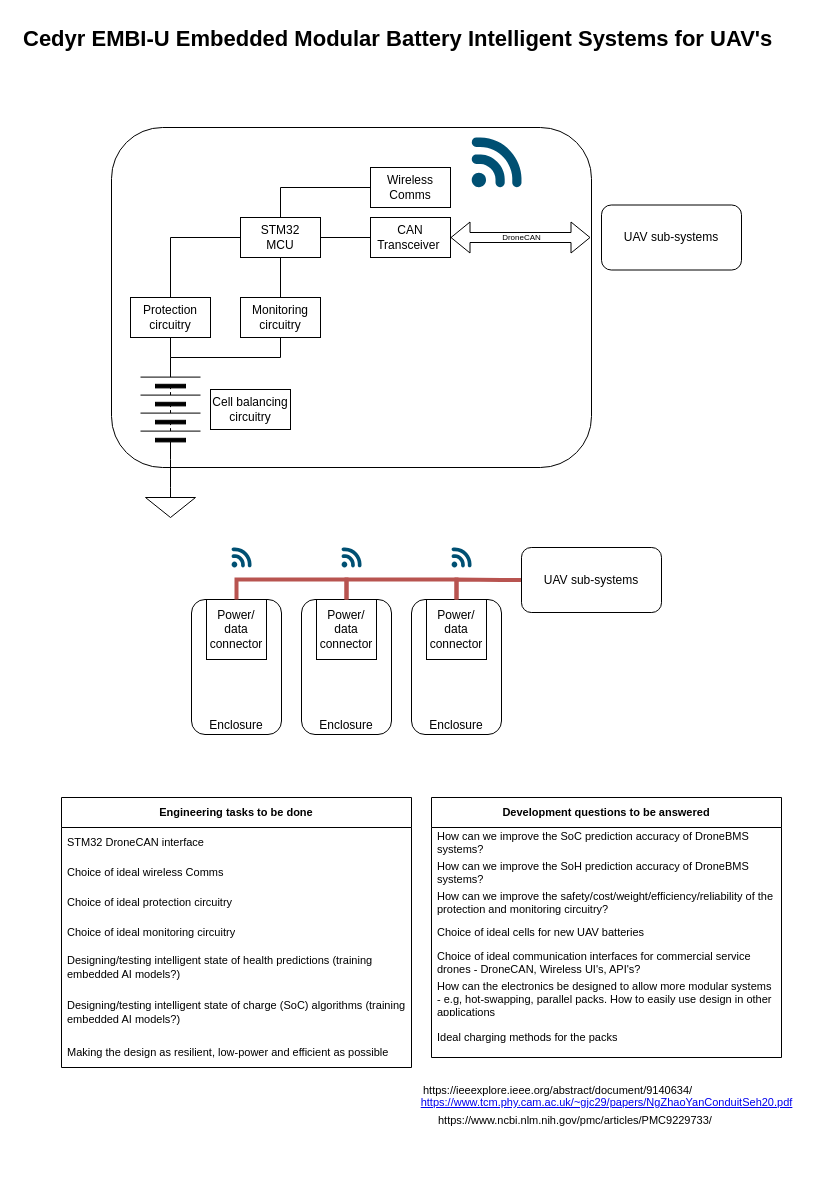
Before: page "Project introduction" (1 of 2) of UAVBatteryProject.drawio in EmbeddedSam/UAVBatteryProject1, a draw.io diagram. Source tidied: cells renumbered, new cells numbered last; positions are measured from the earlier drawing's top-left corner, leaving out a move shared by most shapes. Both pictures are drawn from the tidied source at 100%, with x=0, y=0 at pixel (21, 17).
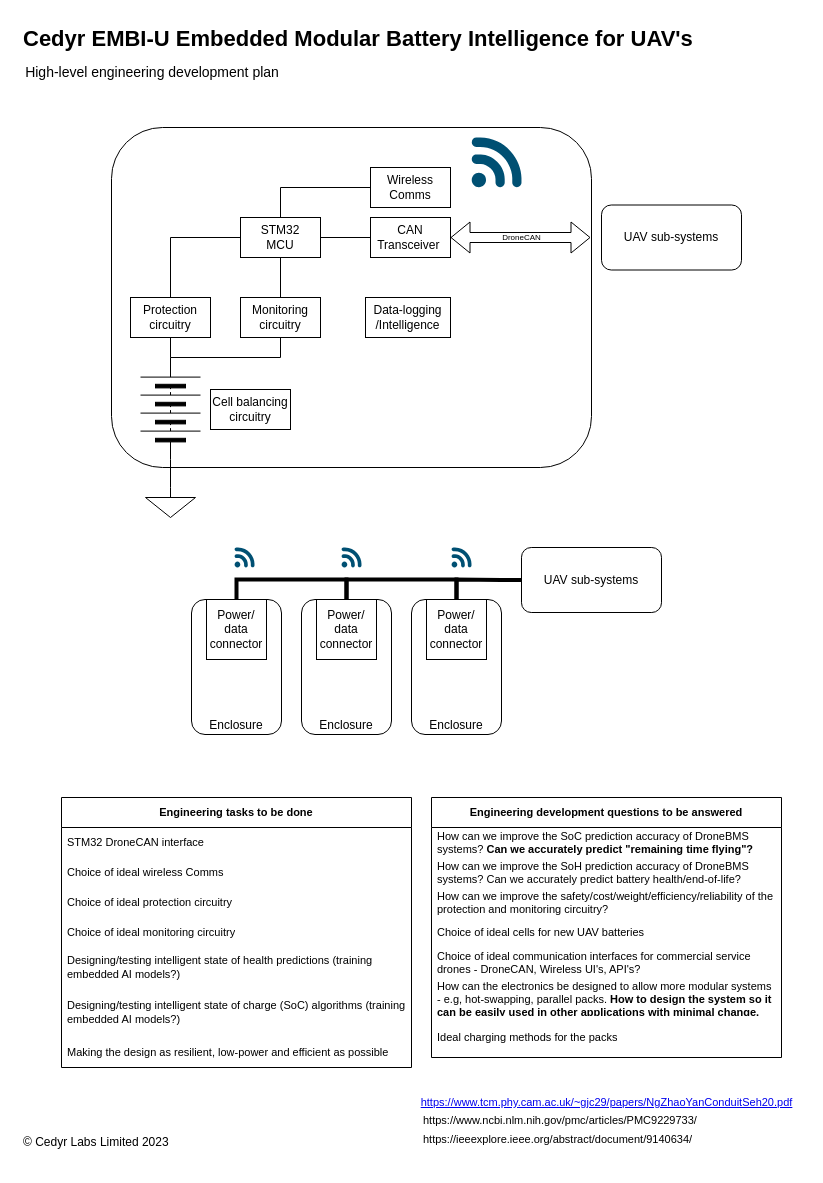
The same diagram, later.

The change refers to these unchanged cells:
```xml
<mxCell id="40" style="group;" parent="1" vertex="1">
  <mxGeometry x="170" y="530" width="470" height="187" as="geometry" />
</mxCell>
<mxCell id="42" value="Enclosure" style="rounded=1;whiteSpace=wrap;html=1;verticalAlign=bottom;fillColor=none;" parent="40" vertex="1">
  <mxGeometry y="52" width="90" height="135" as="geometry" />
</mxCell>
<mxCell id="44" value="Enclosure" style="rounded=1;whiteSpace=wrap;html=1;verticalAlign=bottom;fillColor=none;" parent="40" vertex="1">
  <mxGeometry x="110" y="52" width="90" height="135" as="geometry" />
</mxCell>
<mxCell id="47" value="Enclosure" style="rounded=1;whiteSpace=wrap;html=1;verticalAlign=bottom;fillColor=none;" parent="40" vertex="1">
  <mxGeometry x="220" y="52" width="90" height="135" as="geometry" />
</mxCell>
<mxCell id="50" value="UAV sub-systems" style="rounded=1;whiteSpace=wrap;html=1;verticalAlign=middle;fillColor=none;" parent="40" vertex="1">
  <mxGeometry x="330" width="140" height="65" as="geometry" />
</mxCell>
```

Change to the diagram source:
```diff
@@
     <mxCell id="29" value="https://www.ncbi.nlm.nih.gov/pmc/articles/PMC9229733/&amp;nbsp;&lt;br&gt;" style="text;whiteSpace=wrap;html=1;fontSize=11;fontFamily=Helvetica;fontColor=default;" parent="1" vertex="1">
-      <mxGeometry x="415" y="1090" width="310" height="40" as="geometry" />
+      <mxGeometry x="400" y="1090" width="310" height="40" as="geometry" />
     </mxCell>
     <mxCell id="30" value="https://ieeexplore.ieee.org/abstract/document/9140634/" style="text;whiteSpace=wrap;html=1;fontSize=11;fontFamily=Helvetica;fontColor=default;" parent="1" vertex="1">
-      <mxGeometry x="400" y="1060" width="300" height="40" as="geometry" />
+      <mxGeometry x="400" y="1109" width="300" height="40" as="geometry" />
     </mxCell>
-    <mxCell id="31" value="&lt;b style=&quot;font-size: 22px;&quot;&gt;Cedyr EMBI-U Embedded Modular Battery Intelligent Systems for UAV's&lt;/b&gt;" style="text;whiteSpace=wrap;html=1;fontSize=24;fontFamily=Helvetica;fontColor=default;" parent="1" vertex="1">
+    <mxCell id="31" value="&lt;b style=&quot;font-size: 22px;&quot;&gt;Cedyr EMBI-U Embedded Modular Battery Intelligence for UAV's&lt;/b&gt;" style="text;whiteSpace=wrap;html=1;fontSize=24;fontFamily=Helvetica;fontColor=default;" parent="1" vertex="1">
       <mxGeometry width="760" height="40" as="geometry" />
     </mxCell>
-    <mxCell id="32" value="&lt;b&gt;Development questions to be answered&lt;/b&gt;" style="swimlane;fontStyle=0;horizontal=1;startSize=30;whiteSpace=wrap;html=1;fontFamily=Helvetica;fontSize=11;fontColor=default;" parent="1" vertex="1">
+    <mxCell id="32" value="&lt;b&gt;Engineering development questions to be answered&lt;/b&gt;" style="swimlane;fontStyle=0;horizontal=1;startSize=30;whiteSpace=wrap;html=1;fontFamily=Helvetica;fontSize=11;fontColor=default;" parent="1" vertex="1">
       <mxGeometry x="410" y="780" width="350" height="260" as="geometry" />
     </mxCell>
-    <mxCell id="33" value="How can we improve the SoC prediction accuracy of DroneBMS systems?" style="text;strokeColor=none;fillColor=none;align=left;verticalAlign=middle;spacingLeft=4;spacingRight=4;overflow=hidden;whiteSpace=wrap;html=1;fontSize=11;fontFamily=Helvetica;fontColor=default;" parent="32" vertex="1">
+    <mxCell id="33" value="How can we improve the SoC prediction accuracy of DroneBMS systems? &lt;b&gt;Can we accurately predict &quot;remaining time flying&quot;?&lt;/b&gt;" style="text;strokeColor=none;fillColor=none;align=left;verticalAlign=middle;spacingLeft=4;spacingRight=4;overflow=hidden;whiteSpace=wrap;html=1;fontSize=11;fontFamily=Helvetica;fontColor=default;" parent="32" vertex="1">
       <mxGeometry y="30" width="350" height="30" as="geometry" />
     </mxCell>
-    <mxCell id="34" value="How can we improve the SoH prediction accuracy of DroneBMS systems?" style="text;strokeColor=none;fillColor=none;align=left;verticalAlign=middle;spacingLeft=4;spacingRight=4;overflow=hidden;whiteSpace=wrap;html=1;fontSize=11;fontFamily=Helvetica;fontColor=default;" parent="32" vertex="1">
+    <mxCell id="34" value="How can we improve the SoH prediction accuracy of DroneBMS systems? Can we accurately predict battery health/end-of-life?" style="text;strokeColor=none;fillColor=none;align=left;verticalAlign=middle;spacingLeft=4;spacingRight=4;overflow=hidden;whiteSpace=wrap;html=1;fontSize=11;fontFamily=Helvetica;fontColor=default;" parent="32" vertex="1">
       <mxGeometry y="60" width="350" height="30" as="geometry" />
     </mxCell>
@@
-    <mxCell id="38" value="How can the electronics be designed to allow more modular systems - e.g, hot-swapping, parallel packs. How to easily use design in other applications" style="text;strokeColor=none;fillColor=none;align=left;verticalAlign=middle;spacingLeft=4;spacingRight=4;overflow=hidden;whiteSpace=wrap;html=1;fontSize=11;fontFamily=Helvetica;fontColor=default;" parent="32" vertex="1">
+    <mxCell id="38" value="How can the electronics be designed to allow more modular systems - e.g, hot-swapping, parallel packs. &lt;b&gt;How to design the system so it can be easily used in other applications with minimal change.&lt;/b&gt;" style="text;strokeColor=none;fillColor=none;align=left;verticalAlign=middle;spacingLeft=4;spacingRight=4;overflow=hidden;whiteSpace=wrap;html=1;fontSize=11;fontFamily=Helvetica;fontColor=default;" parent="32" vertex="1">
       <mxGeometry y="180" width="350" height="40" as="geometry" />
     </mxCell>
@@
-    <mxCell id="45" style="edgeStyle=orthogonalEdgeStyle;rounded=0;jettySize=auto;html=1;exitX=0.5;exitY=0;exitDx=0;exitDy=0;entryX=0.5;entryY=0;entryDx=0;entryDy=0;endArrow=none;endFill=0;strokeWidth=4;fillColor=#f8cecc;strokeColor=#b85450;" parent="40" edge="1" source="42" target="44">
+    <mxCell id="45" style="edgeStyle=orthogonalEdgeStyle;rounded=0;jettySize=auto;html=1;exitX=0.5;exitY=0;exitDx=0;exitDy=0;entryX=0.5;entryY=0;entryDx=0;entryDy=0;endArrow=none;endFill=0;strokeWidth=4;fillColor=#f8cecc;strokeColor=#000000;" parent="40" edge="1" source="42" target="44">
       <mxGeometry relative="1" as="geometry" />
     </mxCell>
@@
-    <mxCell id="48" style="edgeStyle=orthogonalEdgeStyle;rounded=0;jettySize=auto;html=1;exitX=0.5;exitY=0;exitDx=0;exitDy=0;entryX=0.5;entryY=0;entryDx=0;entryDy=0;endArrow=none;endFill=0;strokeWidth=4;fillColor=#f8cecc;strokeColor=#b85450;" parent="40" edge="1" source="44" target="47">
+    <mxCell id="48" style="edgeStyle=orthogonalEdgeStyle;rounded=0;jettySize=auto;html=1;exitX=0.5;exitY=0;exitDx=0;exitDy=0;entryX=0.5;entryY=0;entryDx=0;entryDy=0;endArrow=none;endFill=0;strokeWidth=4;fillColor=#f8cecc;strokeColor=#000000;" parent="40" edge="1" source="44" target="47">
       <mxGeometry relative="1" as="geometry" />
     </mxCell>
-    <mxCell id="49" style="edgeStyle=orthogonalEdgeStyle;shape=connector;rounded=0;jettySize=auto;html=1;exitX=0;exitY=0.5;exitDx=0;exitDy=0;entryX=0.5;entryY=0;entryDx=0;entryDy=0;labelBackgroundColor=default;strokeColor=#b85450;fontFamily=Helvetica;fontSize=11;fontColor=default;endArrow=none;endFill=0;strokeWidth=4;fillColor=#f8cecc;" parent="40" edge="1" source="50" target="47">
+    <mxCell id="49" style="edgeStyle=orthogonalEdgeStyle;shape=connector;rounded=0;jettySize=auto;html=1;exitX=0;exitY=0.5;exitDx=0;exitDy=0;entryX=0.5;entryY=0;entryDx=0;entryDy=0;labelBackgroundColor=default;strokeColor=#000000;fontFamily=Helvetica;fontSize=11;fontColor=default;endArrow=none;endFill=0;strokeWidth=4;fillColor=#f8cecc;" parent="40" edge="1" source="50" target="47">
       <mxGeometry relative="1" as="geometry" />
     </mxCell>
@@
     <mxCell id="51" style="verticalLabelPosition=bottom;sketch=0;html=1;verticalAlign=top;align=center;shape=mxgraph.cisco19.3g_4g_indicator;fillColor=#005073;strokeColor=none;fontFamily=Helvetica;fontSize=11;fontColor=default;" parent="40" vertex="1">
-      <mxGeometry x="40" width="20" height="20" as="geometry" />
+      <mxGeometry x="43" width="20" height="20" as="geometry" />
     </mxCell>
@@
+    <mxCell id="56" value="High-level engineering development plan" style="text;html=1;strokeColor=none;fillColor=none;align=center;verticalAlign=middle;whiteSpace=wrap;rounded=0;strokeWidth=1;fontSize=14;" parent="1" vertex="1">
+      <mxGeometry x="-4" y="40" width="270" height="30" as="geometry" />
+    </mxCell>
+    <mxCell id="57" value="© Cedyr Labs Limited 2023" style="text;html=1;strokeColor=none;fillColor=none;align=left;verticalAlign=middle;whiteSpace=wrap;rounded=0;" parent="1" vertex="1">
+      <mxGeometry y="1110" width="240" height="30" as="geometry" />
+    </mxCell>
+    <mxCell id="58" value="Data-logging /Intelligence" style="rounded=0;whiteSpace=wrap;html=1;" parent="1" vertex="1">
+      <mxGeometry x="344" y="280" width="85" height="40" as="geometry" />
+    </mxCell>
```
